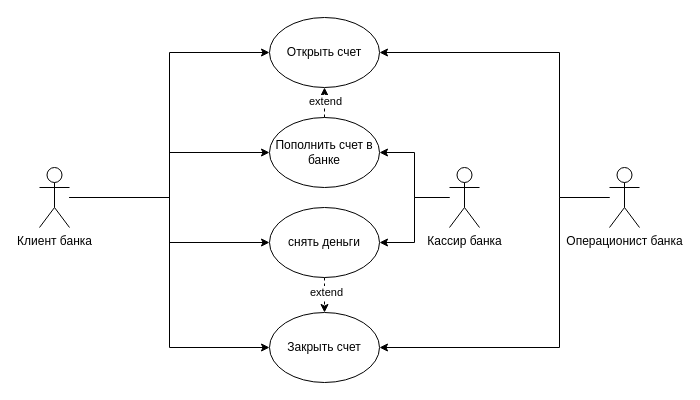
The draw.io diagram AKMS/PR_2/pr2.drawio in Idontlikeni/fourth_semestr, before the edit. Source tidied: cells renumbered, new cells numbered last; positions are measured from the earlier drawing's top-left corner, leaving out a move shared by most shapes. Both pictures are drawn from the tidied source at 100%, with x=0, y=0 at pixel (39, 17).
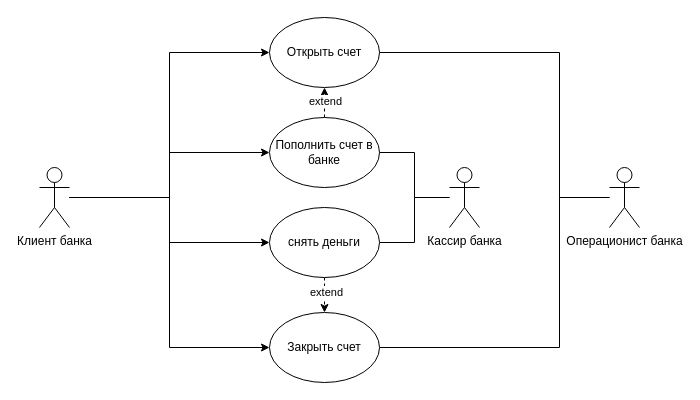
Above is the later version.

Unchanged cells that the change refers to:
```xml
<mxCell id="9" value="Пополнить счет в банке" style="ellipse;whiteSpace=wrap;html=1;" parent="1" vertex="1">
  <mxGeometry x="230" y="100" width="110" height="70" as="geometry" />
</mxCell>
<mxCell id="10" value="Открыть счет" style="ellipse;whiteSpace=wrap;html=1;" parent="1" vertex="1">
  <mxGeometry x="230" width="110" height="70" as="geometry" />
</mxCell>
<mxCell id="13" value="&lt;div&gt;Операционист банка&lt;/div&gt;" style="shape=umlActor;verticalLabelPosition=bottom;verticalAlign=top;html=1;outlineConnect=0;" parent="1" vertex="1">
  <mxGeometry x="570" y="150" width="30" height="60" as="geometry" />
</mxCell>
<mxCell id="16" value="&lt;div&gt;Кассир банка&lt;/div&gt;" style="shape=umlActor;verticalLabelPosition=bottom;verticalAlign=top;html=1;outlineConnect=0;" parent="1" vertex="1">
  <mxGeometry x="410" y="150" width="30" height="60" as="geometry" />
</mxCell>
<mxCell id="17" value="Закрыть счет" style="ellipse;whiteSpace=wrap;html=1;" parent="1" vertex="1">
  <mxGeometry x="230" y="295" width="110" height="70" as="geometry" />
</mxCell>
<mxCell id="20" value="снять деньги" style="ellipse;whiteSpace=wrap;html=1;" parent="1" vertex="1">
  <mxGeometry x="230" y="190" width="110" height="70" as="geometry" />
</mxCell>
```

Change to the diagram source:
```diff
@@
-    <mxCell id="11" style="edgeStyle=orthogonalEdgeStyle;rounded=0;jettySize=auto;html=1;entryX=1;entryY=0.5;entryDx=0;entryDy=0;" parent="1" edge="1" source="13" target="10">
+    <mxCell id="11" style="edgeStyle=orthogonalEdgeStyle;rounded=0;jettySize=auto;html=1;entryX=1;entryY=0.5;entryDx=0;entryDy=0;endArrow=none;startFill=0;" parent="1" edge="1" source="13" target="10">
       <mxGeometry relative="1" as="geometry">
         <Array as="points">
           <mxPoint x="520" y="180" />
           <mxPoint x="520" y="35" />
         </Array>
       </mxGeometry>
     </mxCell>
-    <mxCell id="12" style="edgeStyle=orthogonalEdgeStyle;rounded=0;jettySize=auto;html=1;entryX=1;entryY=0.5;entryDx=0;entryDy=0;" parent="1" edge="1" source="13" target="17">
+    <mxCell id="12" style="edgeStyle=orthogonalEdgeStyle;rounded=0;jettySize=auto;html=1;entryX=1;entryY=0.5;entryDx=0;entryDy=0;endArrow=none;startFill=0;" parent="1" edge="1" source="13" target="17">
       <mxGeometry relative="1" as="geometry">
         <Array as="points">
           <mxPoint x="520" y="180" />
           <mxPoint x="520" y="330" />
         </Array>
       </mxGeometry>
     </mxCell>
@@
-    <mxCell id="14" style="edgeStyle=orthogonalEdgeStyle;rounded=0;jettySize=auto;html=1;entryX=1;entryY=0.5;entryDx=0;entryDy=0;" parent="1" edge="1" source="16" target="9">
+    <mxCell id="14" style="edgeStyle=orthogonalEdgeStyle;rounded=0;jettySize=auto;html=1;entryX=1;entryY=0.5;entryDx=0;entryDy=0;endArrow=none;startFill=0;" parent="1" edge="1" source="16" target="9">
       <mxGeometry relative="1" as="geometry" />
     </mxCell>
-    <mxCell id="15" style="edgeStyle=orthogonalEdgeStyle;rounded=0;jettySize=auto;html=1;entryX=1;entryY=0.5;entryDx=0;entryDy=0;" parent="1" edge="1" source="16" target="20">
+    <mxCell id="15" style="edgeStyle=orthogonalEdgeStyle;rounded=0;jettySize=auto;html=1;entryX=1;entryY=0.5;entryDx=0;entryDy=0;endArrow=none;startFill=0;" parent="1" edge="1" source="16" target="20">
       <mxGeometry relative="1" as="geometry" />
     </mxCell>
```
